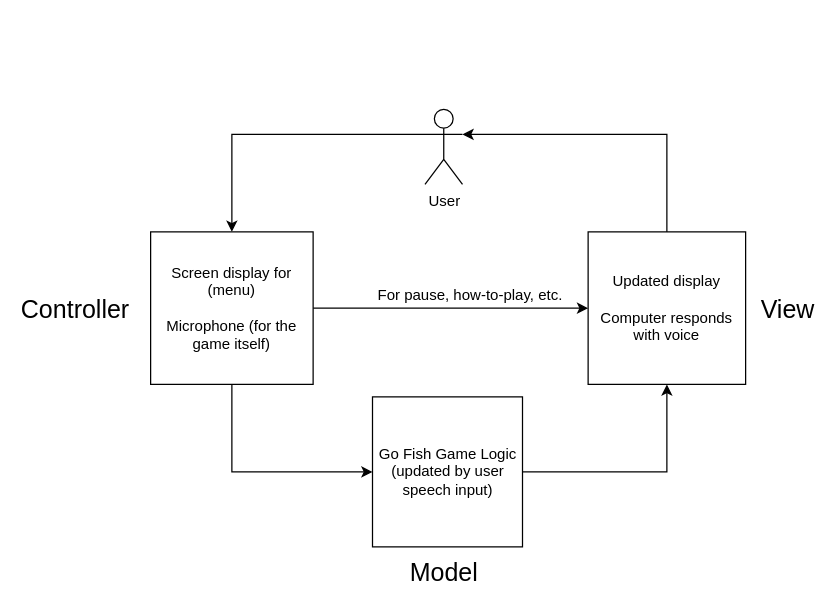
This is GoFish MVC Architecture.drawio from isobonja/CS-321-Project, a draw.io file, before an edit. Source tidied: cells renumbered, new cells numbered last; positions are measured from the earlier drawing's top-left corner, leaving out a move shared by most shapes. Both pictures are drawn from the tidied source at 125%, with x=0, y=0 at pixel (50, 109).
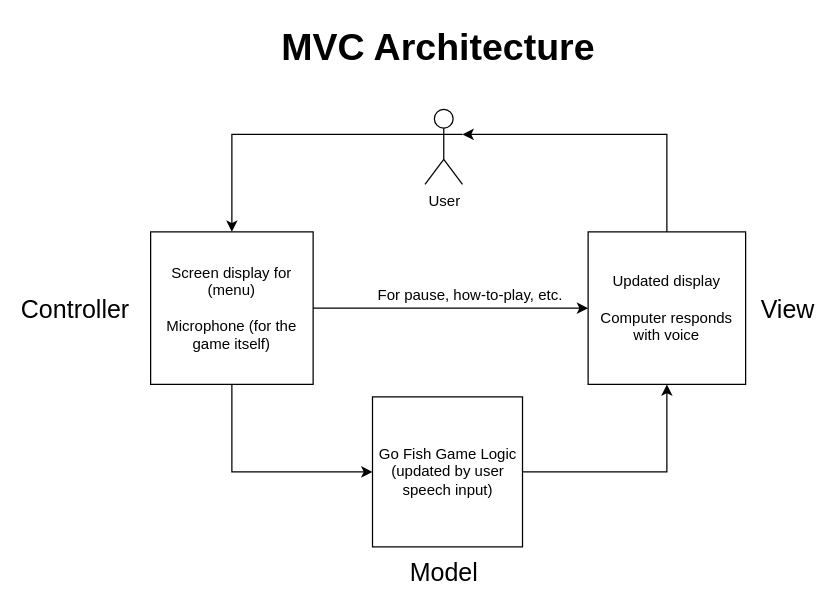
The same diagram, later.

Change to the diagram source:
```diff
@@
 <mxGraphModel>
   <root>
     <mxCell id="0" />
     <mxCell id="1" parent="0" />
     <mxCell id="2" style="edgeStyle=orthogonalEdgeStyle;rounded=0;jettySize=auto;html=1;entryX=0.5;entryY=0;entryDx=0;entryDy=0;exitX=0;exitY=0.3333333333333333;exitDx=0;exitDy=0;exitPerimeter=0;" parent="1" edge="1" source="10" target="5">
       <mxGeometry relative="1" as="geometry" />
     </mxCell>
     <mxCell id="3" style="edgeStyle=orthogonalEdgeStyle;rounded=0;jettySize=auto;html=1;exitX=0.5;exitY=1;exitDx=0;exitDy=0;entryX=0;entryY=0.5;entryDx=0;entryDy=0;" parent="1" edge="1" source="5" target="9">
       <mxGeometry relative="1" as="geometry" />
     </mxCell>
     <mxCell id="4" style="edgeStyle=orthogonalEdgeStyle;rounded=0;jettySize=auto;html=1;exitX=1;exitY=0.5;exitDx=0;exitDy=0;entryX=0;entryY=0.5;entryDx=0;entryDy=0;" parent="1" edge="1" source="5" target="7">
       <mxGeometry relative="1" as="geometry" />
     </mxCell>
     <mxCell id="5" value="Screen display for (menu)&lt;br&gt;&lt;br&gt;Microphone (for the game itself)" style="rounded=0;whiteSpace=wrap;html=1;" parent="1" vertex="1">
       <mxGeometry x="80" y="98" width="130" height="122" as="geometry" />
     </mxCell>
     <mxCell id="6" style="edgeStyle=orthogonalEdgeStyle;rounded=0;jettySize=auto;html=1;exitX=0.5;exitY=0;exitDx=0;exitDy=0;entryX=1;entryY=0.3333333333333333;entryDx=0;entryDy=0;entryPerimeter=0;" parent="1" edge="1" source="7" target="10">
       <mxGeometry relative="1" as="geometry" />
     </mxCell>
     <mxCell id="7" value="Updated display&lt;br&gt;&lt;br&gt;Computer responds with voice" style="rounded=0;whiteSpace=wrap;html=1;" parent="1" vertex="1">
       <mxGeometry x="430" y="98" width="126" height="122" as="geometry" />
     </mxCell>
     <mxCell id="8" style="edgeStyle=orthogonalEdgeStyle;rounded=0;jettySize=auto;html=1;exitX=1;exitY=0.5;exitDx=0;exitDy=0;entryX=0.5;entryY=1;entryDx=0;entryDy=0;" parent="1" edge="1" source="9" target="7">
       <mxGeometry relative="1" as="geometry" />
     </mxCell>
     <mxCell id="9" value="Go Fish Game Logic&lt;br&gt;(updated by user speech input)" style="rounded=0;whiteSpace=wrap;html=1;" parent="1" vertex="1">
       <mxGeometry x="257.5" y="230" width="120" height="120" as="geometry" />
     </mxCell>
     <mxCell id="10" value="User" style="shape=umlActor;verticalLabelPosition=bottom;labelBackgroundColor=#ffffff;verticalAlign=top;html=1;outlineConnect=0;" parent="1" vertex="1">
       <mxGeometry x="299.5" width="30" height="60" as="geometry" />
     </mxCell>
     <mxCell id="11" value="&lt;font style=&quot;font-size: 20px&quot;&gt;Controller&lt;/font&gt;" style="text;html=1;strokeColor=none;fillColor=none;align=center;verticalAlign=middle;whiteSpace=wrap;rounded=0;" parent="1" vertex="1">
       <mxGeometry y="149" width="40" height="20" as="geometry" />
     </mxCell>
     <mxCell id="12" value="&lt;font style=&quot;font-size: 20px&quot;&gt;Model&lt;/font&gt;" style="text;html=1;strokeColor=none;fillColor=none;align=center;verticalAlign=middle;whiteSpace=wrap;rounded=0;" parent="1" vertex="1">
       <mxGeometry x="295" y="360" width="40" height="20" as="geometry" />
     </mxCell>
     <mxCell id="13" value="&lt;font style=&quot;font-size: 20px&quot;&gt;View&lt;/font&gt;" style="text;html=1;strokeColor=none;fillColor=none;align=center;verticalAlign=middle;whiteSpace=wrap;rounded=0;strokeWidth=3;" parent="1" vertex="1">
       <mxGeometry x="570" y="149" width="40" height="20" as="geometry" />
     </mxCell>
     <mxCell id="14" value="For pause, how-to-play, etc." style="text;html=1;align=left;verticalAlign=top;spacingTop=-4;" parent="1" vertex="1">
       <mxGeometry x="259.5" y="139" width="160" height="20" as="geometry" />
     </mxCell>
+    <mxCell id="15" value="&lt;b&gt;&lt;font style=&quot;font-size: 30px&quot;&gt;MVC Architecture&lt;/font&gt;&lt;/b&gt;" style="text;html=1;align=left;verticalAlign=top;spacingTop=-4;" parent="1" vertex="1">
+      <mxGeometry x="182.5" y="-70" width="270" height="20" as="geometry" />
+    </mxCell>
   </root>
 </mxGraphModel>
```
